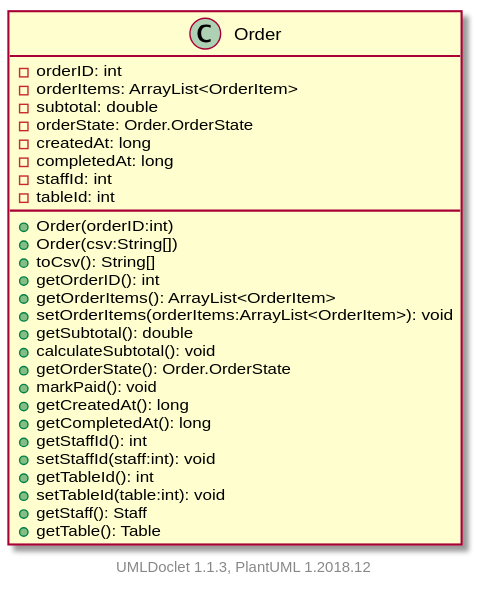
Above: projects/oodp/html/umlversion/uml/sg.edu.ntu.scse.cz2002.features.Order.svg in itachi1706/How-to-use-Git-NTUSCSE1819-Site (PlantUML), before the change. Source of this version:
```plantuml
@startuml

    class Order [[../sg/edu/ntu/scse/cz2002/features/Order.html]] {
        -orderID: int
        -orderItems: ArrayList<OrderItem>
        -subtotal: double
        -orderState: Order.OrderState
        -createdAt: long
        -completedAt: long
        -staffId: int
        -tableId: int
        +Order(orderID:int)
        +Order(csv:String[])
        +toCsv(): String[]
        +getOrderID(): int
        +getOrderItems(): ArrayList<OrderItem>
        +setOrderItems(orderItems:ArrayList<OrderItem>): void
        +getSubtotal(): double
        +calculateSubtotal(): void
        +getOrderState(): Order.OrderState
        +markPaid(): void
        +getCreatedAt(): long
        +getCompletedAt(): long
        +getStaffId(): int
        +setStaffId(staff:int): void
        +getTableId(): int
        +setTableId(table:int): void
        +getStaff(): Staff
        +getTable(): Table
    }


    center footer UMLDoclet 1.1.3, PlantUML 1.2018.12
@enduml
```
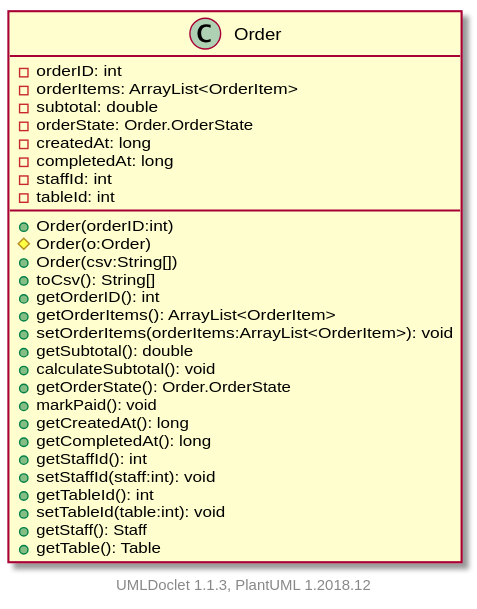
Later version of the same file.

The edit, as a diff of the source:
```diff
@@ -10,6 +10,7 @@
         -staffId: int
         -tableId: int
         +Order(orderID:int)
+        #Order(o:Order)
         +Order(csv:String[])
         +toCsv(): String[]
         +getOrderID(): int
```
